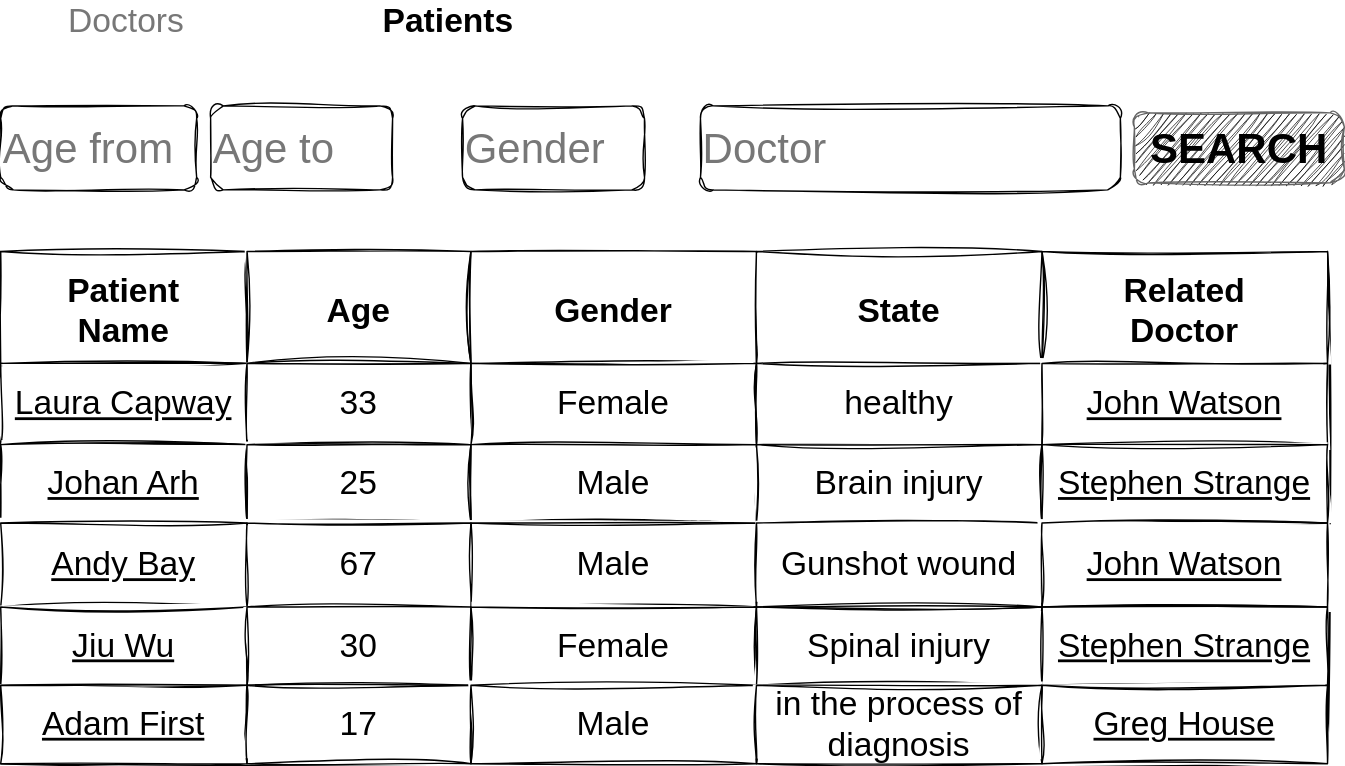
Earlier version of the draw.io export documentation/mockups/Patient-list.svg (DmytroY/EPAM_Flask). Source tidied: cells renumbered, new cells last; positions are measured from the earlier drawing's top-left corner, leaving out a move shared by most shapes.
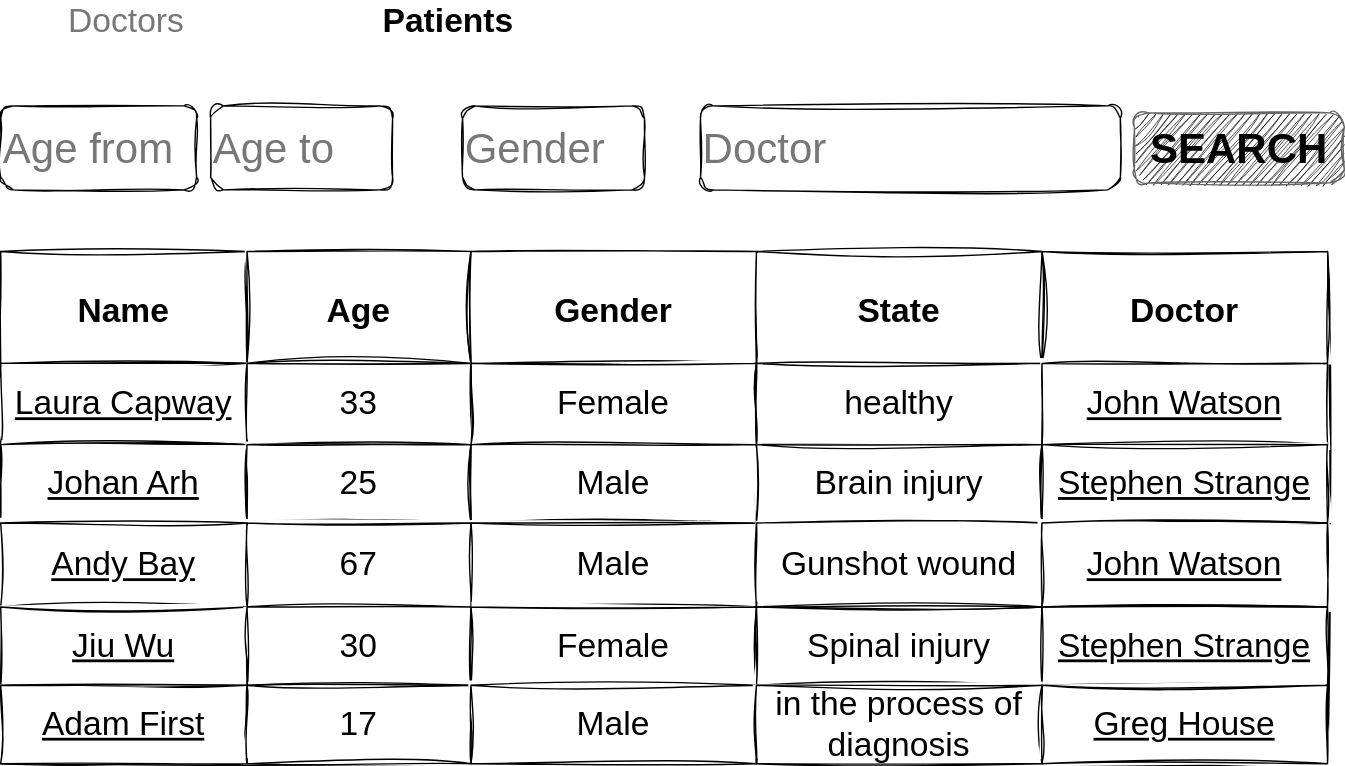
Later version of the same file.

Change to the diagram source:
```diff
@@ -14,7 +14,7 @@
     <mxCell id="5" style="shape=tableRow;horizontal=0;startSize=0;swimlaneHead=0;swimlaneBody=0;top=0;left=0;bottom=0;right=0;fontStyle=0;fontSize=24;labelBackgroundColor=none;rounded=0;fontFamily=Helvetica;swimlaneLine=0;shadow=0;sketch=1;curveFitting=1;jiggle=2;" parent="4" vertex="1">
       <mxGeometry width="948" height="80" as="geometry" />
     </mxCell>
-    <mxCell id="6" value="Patient&#10;Name" style="align=center;fontStyle=1;fontSize=24;labelBackgroundColor=none;rounded=0;fontFamily=Helvetica;swimlaneLine=0;shadow=0;sketch=1;curveFitting=1;jiggle=2;" parent="5" vertex="1">
+    <mxCell id="6" value="Name" style="align=center;fontStyle=1;fontSize=24;labelBackgroundColor=none;rounded=0;fontFamily=Helvetica;swimlaneLine=0;shadow=0;sketch=1;curveFitting=1;jiggle=2;" parent="5" vertex="1">
       <mxGeometry width="176" height="80" as="geometry" />
     </mxCell>
     <mxCell id="7" value="Age" style="align=center;fontStyle=1;fontSize=24;labelBackgroundColor=none;rounded=0;fontFamily=Helvetica;swimlaneLine=0;shadow=0;sketch=1;curveFitting=1;jiggle=2;" parent="5" vertex="1">
@@ -26,7 +26,7 @@
     <mxCell id="9" value="State" style="align=center;fontStyle=1;fontSize=24;labelBackgroundColor=none;rounded=0;fontFamily=Helvetica;swimlaneLine=0;shadow=0;sketch=1;curveFitting=1;jiggle=2;" parent="5" vertex="1">
       <mxGeometry x="540" width="204" height="80" as="geometry" />
     </mxCell>
-    <mxCell id="10" value="Related&#10;Doctor" style="align=center;fontStyle=1;fontSize=24;labelBackgroundColor=none;rounded=0;fontFamily=Helvetica;swimlaneLine=0;shadow=0;sketch=1;curveFitting=1;jiggle=2;" parent="5" vertex="1">
+    <mxCell id="10" value="Doctor" style="align=center;fontStyle=1;fontSize=24;labelBackgroundColor=none;rounded=0;fontFamily=Helvetica;swimlaneLine=0;shadow=0;sketch=1;curveFitting=1;jiggle=2;" parent="5" vertex="1">
       <mxGeometry x="744" width="204" height="80" as="geometry" />
     </mxCell>
     <mxCell id="11" style="shape=tableRow;horizontal=0;startSize=0;swimlaneHead=0;swimlaneBody=0;top=0;left=0;bottom=0;right=0;fontStyle=0;fontSize=24;labelBackgroundColor=none;rounded=0;fontFamily=Helvetica;swimlaneLine=0;shadow=0;sketch=1;curveFitting=1;jiggle=2;" parent="4" vertex="1">
```
